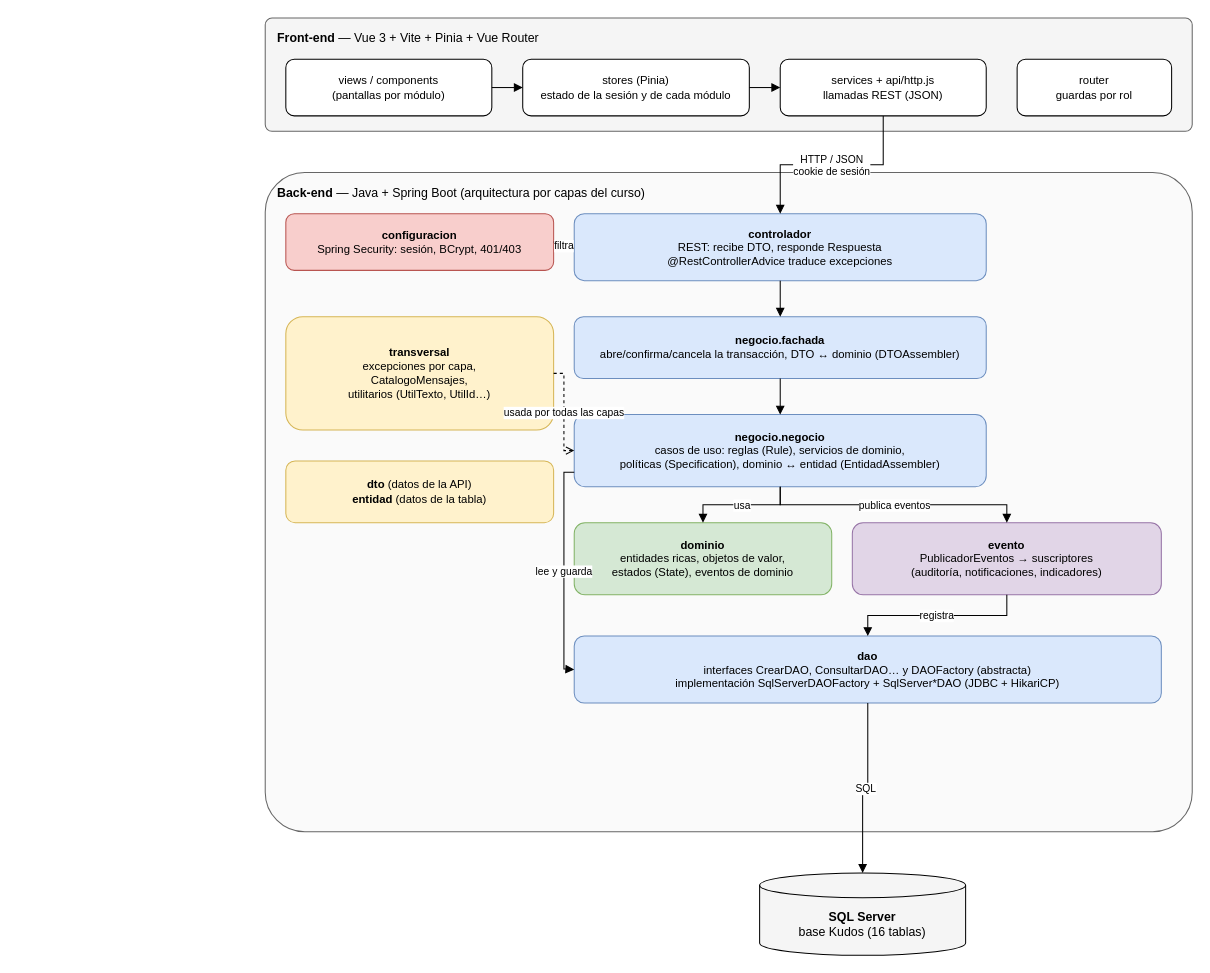
JaiderSoto07/kudos-backend keeps this draw.io diagram as documentacion/fuentes/arquitectura-capas.drawio. Above is the earlier version. Source tidied: cells renumbered, new cells numbered last; positions are measured from the earlier drawing's top-left corner, leaving out a move shared by most shapes. Both pictures are drawn from the tidied source at 103%, with x=0, y=0 at pixel (265, 18).
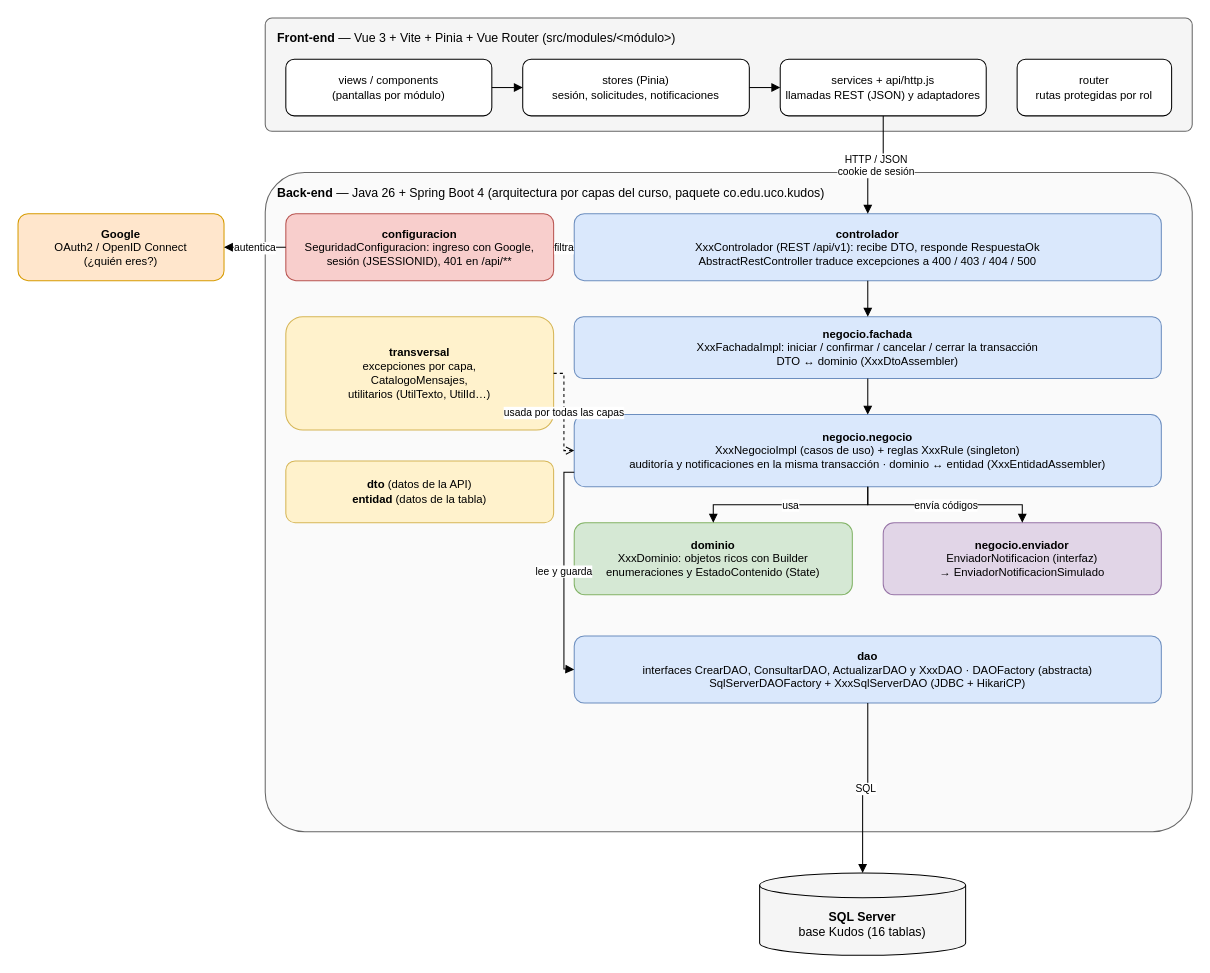
The same page after the edit.

Change to the diagram source:
```diff
@@
-    <mxCell id="2" value="&lt;b&gt;Front-end&lt;/b&gt; — Vue 3 + Vite + Pinia + Vue Router" style="rounded=1;whiteSpace=wrap;html=1;arcSize=6;verticalAlign=top;align=left;spacingLeft=10;spacingTop=6;fontSize=12;fillColor=#f5f5f5;strokeColor=#666666;" parent="1" vertex="1">
+    <mxCell id="2" value="&lt;b&gt;Front-end&lt;/b&gt; — Vue 3 + Vite + Pinia + Vue Router (src/modules/&amp;lt;módulo&amp;gt;)" style="rounded=1;whiteSpace=wrap;html=1;arcSize=6;verticalAlign=top;align=left;spacingLeft=10;spacingTop=6;fontSize=12;fillColor=#f5f5f5;strokeColor=#666666;" parent="1" vertex="1">
       <mxGeometry width="900" height="110" as="geometry" />
     </mxCell>
@@
-    <mxCell id="4" value="stores (Pinia)&lt;br&gt;estado de la sesión y de cada módulo" style="rounded=1;whiteSpace=wrap;html=1;fontSize=11;fillColor=#ffffff;" parent="1" vertex="1">
+    <mxCell id="4" value="stores (Pinia)&lt;br&gt;sesión, solicitudes, notificaciones" style="rounded=1;whiteSpace=wrap;html=1;fontSize=11;fillColor=#ffffff;" parent="1" vertex="1">
       <mxGeometry x="250" y="40" width="220" height="55" as="geometry" />
     </mxCell>
-    <mxCell id="5" value="services + api/http.js&lt;br&gt;llamadas REST (JSON)" style="rounded=1;whiteSpace=wrap;html=1;fontSize=11;fillColor=#ffffff;" parent="1" vertex="1">
+    <mxCell id="5" value="services + api/http.js&lt;br&gt;llamadas REST (JSON) y adaptadores" style="rounded=1;whiteSpace=wrap;html=1;fontSize=11;fillColor=#ffffff;" parent="1" vertex="1">
       <mxGeometry x="500" y="40" width="200" height="55" as="geometry" />
     </mxCell>
-    <mxCell id="6" value="router&lt;br&gt;guardas por rol" style="rounded=1;whiteSpace=wrap;html=1;fontSize=11;fillColor=#ffffff;" parent="1" vertex="1">
+    <mxCell id="6" value="router&lt;br&gt;rutas protegidas por rol" style="rounded=1;whiteSpace=wrap;html=1;fontSize=11;fillColor=#ffffff;" parent="1" vertex="1">
       <mxGeometry x="730" y="40" width="150" height="55" as="geometry" />
     </mxCell>
@@
-    <mxCell id="9" value="&lt;b&gt;Back-end&lt;/b&gt; — Java + Spring Boot (arquitectura por capas del curso)" style="rounded=1;whiteSpace=wrap;html=1;arcSize=6;verticalAlign=top;align=left;spacingLeft=10;spacingTop=6;fontSize=12;fillColor=#fafafa;strokeColor=#666666;" parent="1" vertex="1">
-      <mxGeometry y="150" width="900" height="640" as="geometry" />
+    <mxCell id="9" value="&lt;b&gt;Google&lt;/b&gt;&lt;br&gt;OAuth2 / OpenID Connect&lt;br&gt;(¿quién eres?)" style="rounded=1;whiteSpace=wrap;html=1;fontSize=11;fillColor=#ffe6cc;strokeColor=#d79b00;" parent="1" vertex="1">
+      <mxGeometry x="-240" y="190" width="200" height="65" as="geometry" />
     </mxCell>
-    <mxCell id="10" value="&lt;b&gt;configuracion&lt;/b&gt;&lt;br&gt;Spring Security: sesión, BCrypt, 401/403" style="rounded=1;whiteSpace=wrap;html=1;fontSize=11;fillColor=#f8cecc;strokeColor=#b85450;" parent="1" vertex="1">
-      <mxGeometry x="20" y="190" width="260" height="55" as="geometry" />
+    <mxCell id="10" value="&lt;b&gt;Back-end&lt;/b&gt; — Java 26 + Spring Boot 4 (arquitectura por capas del curso, paquete co.edu.uco.kudos)" style="rounded=1;whiteSpace=wrap;html=1;arcSize=6;verticalAlign=top;align=left;spacingLeft=10;spacingTop=6;fontSize=12;fillColor=#fafafa;strokeColor=#666666;" parent="1" vertex="1">
+      <mxGeometry y="150" width="900" height="640" as="geometry" />
     </mxCell>
-    <mxCell id="11" value="&lt;b&gt;controlador&lt;/b&gt;&lt;br&gt;REST: recibe DTO, responde Respuesta&lt;br&gt;@RestControllerAdvice traduce excepciones" style="rounded=1;whiteSpace=wrap;html=1;fontSize=11;fillColor=#dae8fc;strokeColor=#6c8ebf;" parent="1" vertex="1">
-      <mxGeometry x="300" y="190" width="400" height="65" as="geometry" />
+    <mxCell id="11" value="&lt;b&gt;configuracion&lt;/b&gt;&lt;br&gt;SeguridadConfiguracion: ingreso con Google,&lt;br&gt;sesión (JSESSIONID), 401 en /api/**" style="rounded=1;whiteSpace=wrap;html=1;fontSize=11;fillColor=#f8cecc;strokeColor=#b85450;" parent="1" vertex="1">
+      <mxGeometry x="20" y="190" width="260" height="65" as="geometry" />
     </mxCell>
-    <mxCell id="12" value="&lt;b&gt;negocio.fachada&lt;/b&gt;&lt;br&gt;abre/confirma/cancela la transacción, DTO ↔ dominio (DTOAssembler)" style="rounded=1;whiteSpace=wrap;html=1;fontSize=11;fillColor=#dae8fc;strokeColor=#6c8ebf;" parent="1" vertex="1">
-      <mxGeometry x="300" y="290" width="400" height="60" as="geometry" />
+    <mxCell id="12" value="&lt;b&gt;controlador&lt;/b&gt;&lt;br&gt;XxxControlador (REST /api/v1): recibe DTO, responde RespuestaOk&lt;br&gt;AbstractRestController traduce excepciones a 400 / 403 / 404 / 500" style="rounded=1;whiteSpace=wrap;html=1;fontSize=11;fillColor=#dae8fc;strokeColor=#6c8ebf;" parent="1" vertex="1">
+      <mxGeometry x="300" y="190" width="570" height="65" as="geometry" />
     </mxCell>
-    <mxCell id="13" value="&lt;b&gt;negocio.negocio&lt;/b&gt;&lt;br&gt;casos de uso: reglas (Rule), servicios de dominio,&lt;br&gt;políticas (Specification), dominio ↔ entidad (EntidadAssembler)" style="rounded=1;whiteSpace=wrap;html=1;fontSize=11;fillColor=#dae8fc;strokeColor=#6c8ebf;" parent="1" vertex="1">
-      <mxGeometry x="300" y="385" width="400" height="70" as="geometry" />
+    <mxCell id="13" value="&lt;b&gt;negocio.fachada&lt;/b&gt;&lt;br&gt;XxxFachadaImpl: iniciar / confirmar / cancelar / cerrar la transacción&lt;br&gt;DTO ↔ dominio (XxxDtoAssembler)" style="rounded=1;whiteSpace=wrap;html=1;fontSize=11;fillColor=#dae8fc;strokeColor=#6c8ebf;" parent="1" vertex="1">
+      <mxGeometry x="300" y="290" width="570" height="60" as="geometry" />
     </mxCell>
-    <mxCell id="14" value="&lt;b&gt;dominio&lt;/b&gt;&lt;br&gt;entidades ricas, objetos de valor,&lt;br&gt;estados (State), eventos de dominio" style="rounded=1;whiteSpace=wrap;html=1;fontSize=11;fillColor=#d5e8d4;strokeColor=#82b366;" parent="1" vertex="1">
-      <mxGeometry x="300" y="490" width="250" height="70" as="geometry" />
+    <mxCell id="14" value="&lt;b&gt;negocio.negocio&lt;/b&gt;&lt;br&gt;XxxNegocioImpl (casos de uso) + reglas XxxRule (singleton)&lt;br&gt;auditoría y notificaciones en la misma transacción · dominio ↔ entidad (XxxEntidadAssembler)" style="rounded=1;whiteSpace=wrap;html=1;fontSize=11;fillColor=#dae8fc;strokeColor=#6c8ebf;" parent="1" vertex="1">
+      <mxGeometry x="300" y="385" width="570" height="70" as="geometry" />
     </mxCell>
-    <mxCell id="15" value="&lt;b&gt;evento&lt;/b&gt;&lt;br&gt;PublicadorEventos → suscriptores&lt;br&gt;(auditoría, notificaciones, indicadores)" style="rounded=1;whiteSpace=wrap;html=1;fontSize=11;fillColor=#e1d5e7;strokeColor=#9673a6;" parent="1" vertex="1">
-      <mxGeometry x="570" y="490" width="300" height="70" as="geometry" />
+    <mxCell id="15" value="&lt;b&gt;dominio&lt;/b&gt;&lt;br&gt;XxxDominio: objetos ricos con Builder&lt;br&gt;enumeraciones y EstadoContenido (State)" style="rounded=1;whiteSpace=wrap;html=1;fontSize=11;fillColor=#d5e8d4;strokeColor=#82b366;" parent="1" vertex="1">
+      <mxGeometry x="300" y="490" width="270" height="70" as="geometry" />
     </mxCell>
-    <mxCell id="16" value="&lt;b&gt;dao&lt;/b&gt;&lt;br&gt;interfaces CrearDAO, ConsultarDAO… y DAOFactory (abstracta)&lt;br&gt;implementación SqlServerDAOFactory + SqlServer*DAO (JDBC + HikariCP)" style="rounded=1;whiteSpace=wrap;html=1;fontSize=11;fillColor=#dae8fc;strokeColor=#6c8ebf;" parent="1" vertex="1">
-      <mxGeometry x="300" y="600" width="570" height="65" as="geometry" />
+    <mxCell id="16" value="&lt;b&gt;negocio.enviador&lt;/b&gt;&lt;br&gt;EnviadorNotificacion (interfaz)&lt;br&gt;→ EnviadorNotificacionSimulado" style="rounded=1;whiteSpace=wrap;html=1;fontSize=11;fillColor=#e1d5e7;strokeColor=#9673a6;" parent="1" vertex="1">
+      <mxGeometry x="600" y="490" width="270" height="70" as="geometry" />
     </mxCell>
-    <mxCell id="17" value="&lt;b&gt;transversal&lt;/b&gt;&lt;br&gt;excepciones por capa,&lt;br&gt;CatalogoMensajes,&lt;br&gt;utilitarios (UtilTexto, UtilId…)" style="rounded=1;whiteSpace=wrap;html=1;fontSize=11;fillColor=#fff2cc;strokeColor=#d6b656;" parent="1" vertex="1">
-      <mxGeometry x="20" y="290" width="260" height="110" as="geometry" />
+    <mxCell id="17" value="&lt;b&gt;dao&lt;/b&gt;&lt;br&gt;interfaces CrearDAO, ConsultarDAO, ActualizarDAO y XxxDAO · DAOFactory (abstracta)&lt;br&gt;SqlServerDAOFactory + XxxSqlServerDAO (JDBC + HikariCP)" style="rounded=1;whiteSpace=wrap;html=1;fontSize=11;fillColor=#dae8fc;strokeColor=#6c8ebf;" parent="1" vertex="1">
+      <mxGeometry x="300" y="600" width="570" height="65" as="geometry" />
     </mxCell>
-    <mxCell id="18" value="&lt;b&gt;dto&lt;/b&gt; (datos de la API)&lt;br&gt;&lt;b&gt;entidad&lt;/b&gt; (datos de la tabla)" style="rounded=1;whiteSpace=wrap;html=1;fontSize=11;fillColor=#fff2cc;strokeColor=#d6b656;" parent="1" vertex="1">
-      <mxGeometry x="20" y="430" width="260" height="60" as="geometry" />
+    <mxCell id="18" value="&lt;b&gt;transversal&lt;/b&gt;&lt;br&gt;excepciones por capa,&lt;br&gt;CatalogoMensajes,&lt;br&gt;utilitarios (UtilTexto, UtilId…)" style="rounded=1;whiteSpace=wrap;html=1;fontSize=11;fillColor=#fff2cc;strokeColor=#d6b656;" parent="1" vertex="1">
+      <mxGeometry x="20" y="290" width="260" height="110" as="geometry" />
     </mxCell>
-    <mxCell id="19" value="&lt;b&gt;SQL Server&lt;/b&gt;&lt;br&gt;base Kudos (16 tablas)" style="shape=cylinder3;whiteSpace=wrap;html=1;boundedLbl=1;backgroundOutline=1;size=12;fillColor=#f5f5f5;" parent="1" vertex="1">
-      <mxGeometry x="480" y="830" width="200" height="80" as="geometry" />
+    <mxCell id="19" value="&lt;b&gt;dto&lt;/b&gt; (datos de la API)&lt;br&gt;&lt;b&gt;entidad&lt;/b&gt; (datos de la tabla)" style="rounded=1;whiteSpace=wrap;html=1;fontSize=11;fillColor=#fff2cc;strokeColor=#d6b656;" parent="1" vertex="1">
+      <mxGeometry x="20" y="430" width="260" height="60" as="geometry" />
     </mxCell>
-    <mxCell id="20" value="HTTP / JSON&lt;br&gt;cookie de sesión" style="endArrow=block;endFill=1;html=1;rounded=0;fontSize=10;labelBackgroundColor=#ffffff;edgeStyle=orthogonalEdgeStyle;" parent="1" edge="1" source="5" target="11">
-      <mxGeometry relative="1" as="geometry" />
+    <mxCell id="20" value="&lt;b&gt;SQL Server&lt;/b&gt;&lt;br&gt;base Kudos (16 tablas)" style="shape=cylinder3;whiteSpace=wrap;html=1;boundedLbl=1;backgroundOutline=1;size=12;fillColor=#f5f5f5;" parent="1" vertex="1">
+      <mxGeometry x="480" y="830" width="200" height="80" as="geometry" />
     </mxCell>
-    <mxCell id="21" value="filtra" style="endArrow=block;endFill=1;html=1;rounded=0;fontSize=10;labelBackgroundColor=#ffffff;edgeStyle=orthogonalEdgeStyle;dashed=1;" parent="1" edge="1" source="10" target="11">
+    <mxCell id="21" value="HTTP / JSON&lt;br&gt;cookie de sesión" style="endArrow=block;endFill=1;html=1;rounded=0;fontSize=10;labelBackgroundColor=#ffffff;edgeStyle=orthogonalEdgeStyle;" parent="1" edge="1" source="5" target="12">
       <mxGeometry relative="1" as="geometry" />
     </mxCell>
-    <mxCell id="22" style="endArrow=block;endFill=1;html=1;rounded=0;fontSize=10;labelBackgroundColor=#ffffff;edgeStyle=orthogonalEdgeStyle;" parent="1" edge="1" source="11" target="12">
+    <mxCell id="22" value="autentica" style="endArrow=block;endFill=1;html=1;rounded=0;fontSize=10;labelBackgroundColor=#ffffff;edgeStyle=orthogonalEdgeStyle;" parent="1" edge="1" source="11" target="9">
       <mxGeometry relative="1" as="geometry" />
     </mxCell>
-    <mxCell id="23" style="endArrow=block;endFill=1;html=1;rounded=0;fontSize=10;labelBackgroundColor=#ffffff;edgeStyle=orthogonalEdgeStyle;" parent="1" edge="1" source="12" target="13">
+    <mxCell id="23" value="filtra" style="endArrow=block;endFill=1;html=1;rounded=0;fontSize=10;labelBackgroundColor=#ffffff;edgeStyle=orthogonalEdgeStyle;dashed=1;" parent="1" edge="1" source="11" target="12">
       <mxGeometry relative="1" as="geometry" />
     </mxCell>
-    <mxCell id="24" value="usa" style="endArrow=block;endFill=1;html=1;rounded=0;fontSize=10;labelBackgroundColor=#ffffff;edgeStyle=orthogonalEdgeStyle;" parent="1" edge="1" source="13" target="14">
+    <mxCell id="24" style="endArrow=block;endFill=1;html=1;rounded=0;fontSize=10;labelBackgroundColor=#ffffff;edgeStyle=orthogonalEdgeStyle;" parent="1" edge="1" source="12" target="13">
       <mxGeometry relative="1" as="geometry" />
     </mxCell>
-    <mxCell id="25" value="publica eventos" style="endArrow=block;endFill=1;html=1;rounded=0;fontSize=10;labelBackgroundColor=#ffffff;edgeStyle=orthogonalEdgeStyle;" parent="1" edge="1" source="13" target="15">
+    <mxCell id="25" style="endArrow=block;endFill=1;html=1;rounded=0;fontSize=10;labelBackgroundColor=#ffffff;edgeStyle=orthogonalEdgeStyle;" parent="1" edge="1" source="13" target="14">
       <mxGeometry relative="1" as="geometry" />
     </mxCell>
-    <mxCell id="26" value="lee y guarda" style="endArrow=block;endFill=1;html=1;rounded=0;fontSize=10;labelBackgroundColor=#ffffff;edgeStyle=none;exitX=0;exitY=0.8;entryX=0;entryY=0.5;" parent="1" edge="1" source="13" target="16">
-      <mxGeometry relative="1" as="geometry">
-        <Array as="points">
-          <mxPoint x="290" y="441" />
-          <mxPoint x="290" y="632" />
-        </Array>
-      </mxGeometry>
+    <mxCell id="26" value="usa" style="endArrow=block;endFill=1;html=1;rounded=0;fontSize=10;labelBackgroundColor=#ffffff;edgeStyle=orthogonalEdgeStyle;" parent="1" edge="1" source="14" target="15">
+      <mxGeometry relative="1" as="geometry" />
     </mxCell>
-    <mxCell id="27" value="registra" style="endArrow=block;endFill=1;html=1;rounded=0;fontSize=10;labelBackgroundColor=#ffffff;edgeStyle=orthogonalEdgeStyle;" parent="1" edge="1" source="15" target="16">
+    <mxCell id="27" value="envía códigos" style="endArrow=block;endFill=1;html=1;rounded=0;fontSize=10;labelBackgroundColor=#ffffff;edgeStyle=orthogonalEdgeStyle;" parent="1" edge="1" source="14" target="16">
       <mxGeometry relative="1" as="geometry" />
     </mxCell>
-    <mxCell id="28" value="SQL" style="endArrow=block;endFill=1;html=1;rounded=0;fontSize=10;labelBackgroundColor=#ffffff;edgeStyle=orthogonalEdgeStyle;" parent="1" edge="1" source="16" target="19">
-      <mxGeometry relative="1" as="geometry" />
+    <mxCell id="28" value="lee y guarda" style="endArrow=block;endFill=1;html=1;rounded=0;fontSize=10;labelBackgroundColor=#ffffff;edgeStyle=none;exitX=0;exitY=0.8;entryX=0;entryY=0.5;" parent="1" edge="1" source="14" target="17">
+      <mxGeometry relative="1" as="geometry">
+        <Array as="points">
+          <mxPoint x="290" y="441" />
+          <mxPoint x="290" y="632" />
+        </Array>
+      </mxGeometry>
     </mxCell>
-    <mxCell id="29" value="usada por todas las capas" style="endArrow=block;endFill=1;html=1;rounded=0;fontSize=10;labelBackgroundColor=#ffffff;edgeStyle=orthogonalEdgeStyle;dashed=1;endArrow=open;" parent="1" edge="1" source="17" target="13">
+    <mxCell id="29" value="SQL" style="endArrow=block;endFill=1;html=1;rounded=0;fontSize=10;labelBackgroundColor=#ffffff;edgeStyle=orthogonalEdgeStyle;" parent="1" edge="1" source="17" target="20">
       <mxGeometry relative="1" as="geometry" />
     </mxCell>
+    <mxCell id="30" value="usada por todas las capas" style="endArrow=block;endFill=1;html=1;rounded=0;fontSize=10;labelBackgroundColor=#ffffff;edgeStyle=orthogonalEdgeStyle;dashed=1;endArrow=open;" parent="1" edge="1" source="18" target="14">
+      <mxGeometry relative="1" as="geometry" />
+    </mxCell>
```
